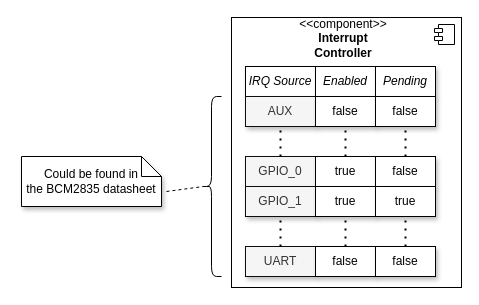
The draw.io diagram docs/diagrams/peripherals/interrupt_controller/irq_sources.drawio in silhavyj/ZeroMate, before the edit. Source tidied: cells renumbered, new cells numbered last; positions are measured from the earlier drawing's top-left corner, leaving out a move shared by most shapes. Both pictures are drawn from the tidied source at 100%, with x=0, y=0 at pixel (21, 17).
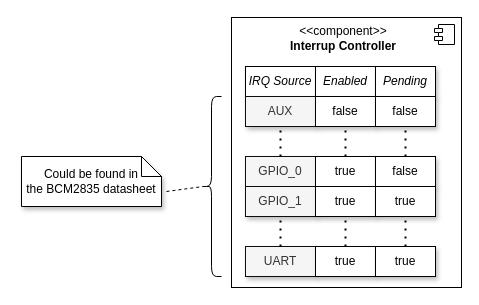
The same diagram, later.

Commit message (it also covers changes not shown here):
Modified UML diagrams

The edit, as a diff of the source:
```diff
@@
-    <mxCell id="14" value="false" style="rounded=0;whiteSpace=wrap;html=1;fontFamily=Computer Modern;shadow=1;" parent="1" vertex="1">
+    <mxCell id="14" value="true" style="rounded=0;whiteSpace=wrap;html=1;fontFamily=Computer Modern;shadow=1;" parent="1" vertex="1">
       <mxGeometry x="294" y="229" width="60" height="30" as="geometry" />
     </mxCell>
-    <mxCell id="15" value="false" style="rounded=0;whiteSpace=wrap;html=1;fontFamily=Computer Modern;shadow=1;" parent="1" vertex="1">
+    <mxCell id="15" value="true" style="rounded=0;whiteSpace=wrap;html=1;fontFamily=Computer Modern;shadow=1;" parent="1" vertex="1">
       <mxGeometry x="354" y="229" width="60" height="30" as="geometry" />
     </mxCell>
@@
-    <mxCell id="28" value="&lt;font face=&quot;Computer Modern&quot;&gt;&amp;lt;&amp;lt;component&amp;gt;&amp;gt;&lt;br&gt;&lt;b&gt;Interrupt Controller&lt;/b&gt;&lt;/font&gt;" style="text;html=1;strokeColor=none;fillColor=none;align=center;verticalAlign=middle;whiteSpace=wrap;rounded=0;" parent="1" vertex="1">
+    <mxCell id="28" value="&lt;font face=&quot;Computer Modern&quot;&gt;&amp;lt;&amp;lt;component&amp;gt;&amp;gt;&lt;br&gt;&lt;b&gt;Interrup Controller&lt;/b&gt;&lt;/font&gt;" style="text;html=1;strokeColor=none;fillColor=none;align=center;verticalAlign=middle;whiteSpace=wrap;rounded=0;" parent="1" vertex="1">
       <mxGeometry x="267" y="6" width="110" height="30" as="geometry" />
     </mxCell>
```
